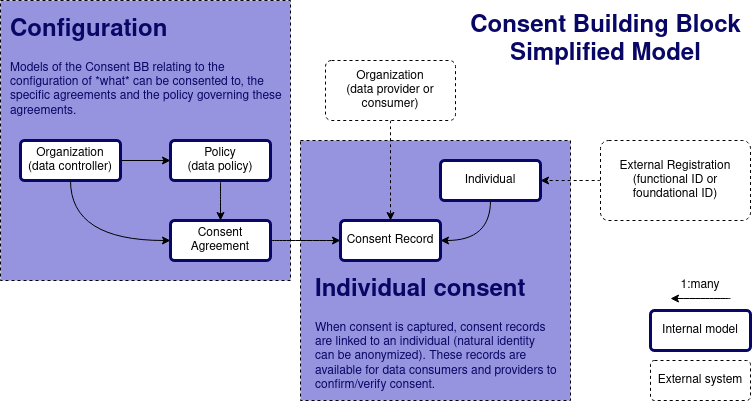
The draw.io diagram spec/images/simple-resource-model.png in GovStackWorkingGroup/bb-consent, before a commit. Source tidied: cells renumbered, new cells last; positions are measured from the earlier drawing's top-left corner, leaving out a move shared by most shapes.
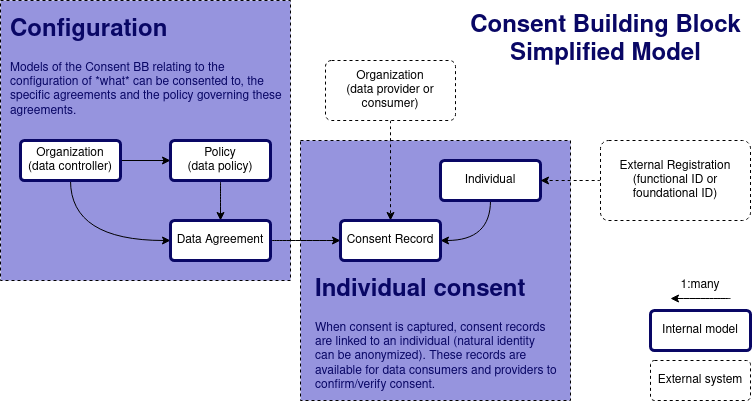
Later version of the same file.

Commit message:
Update diagrams, renaming "Agreement" => "Data Agreement"

Change to the diagram source:
```diff
@@ -26,7 +26,7 @@
     <mxCell id="9" style="edgeStyle=orthogonalEdgeStyle;curved=1;rounded=0;jettySize=auto;html=1;exitX=1;exitY=0.5;exitDx=0;exitDy=0;entryX=0;entryY=0.5;entryDx=0;entryDy=0;" parent="1" edge="1" source="10" target="15">
       <mxGeometry relative="1" as="geometry" />
     </mxCell>
-    <mxCell id="10" value="Consent Agreement" style="rounded=1;arcSize=10;whiteSpace=wrap;html=1;align=center;strokeWidth=3;strokeColor=#090765;" parent="1" vertex="1">
+    <mxCell id="10" value="Data Agreement" style="rounded=1;arcSize=10;whiteSpace=wrap;html=1;align=center;strokeWidth=3;strokeColor=#090765;" parent="1" vertex="1">
       <mxGeometry x="170" y="220" width="100" height="40" as="geometry" />
     </mxCell>
     <mxCell id="11" style="edgeStyle=orthogonalEdgeStyle;curved=1;rounded=0;jettySize=auto;html=1;exitX=0.5;exitY=1;exitDx=0;exitDy=0;entryX=0.5;entryY=0;entryDx=0;entryDy=0;dashed=1;" parent="1" edge="1" source="12" target="15">
```
